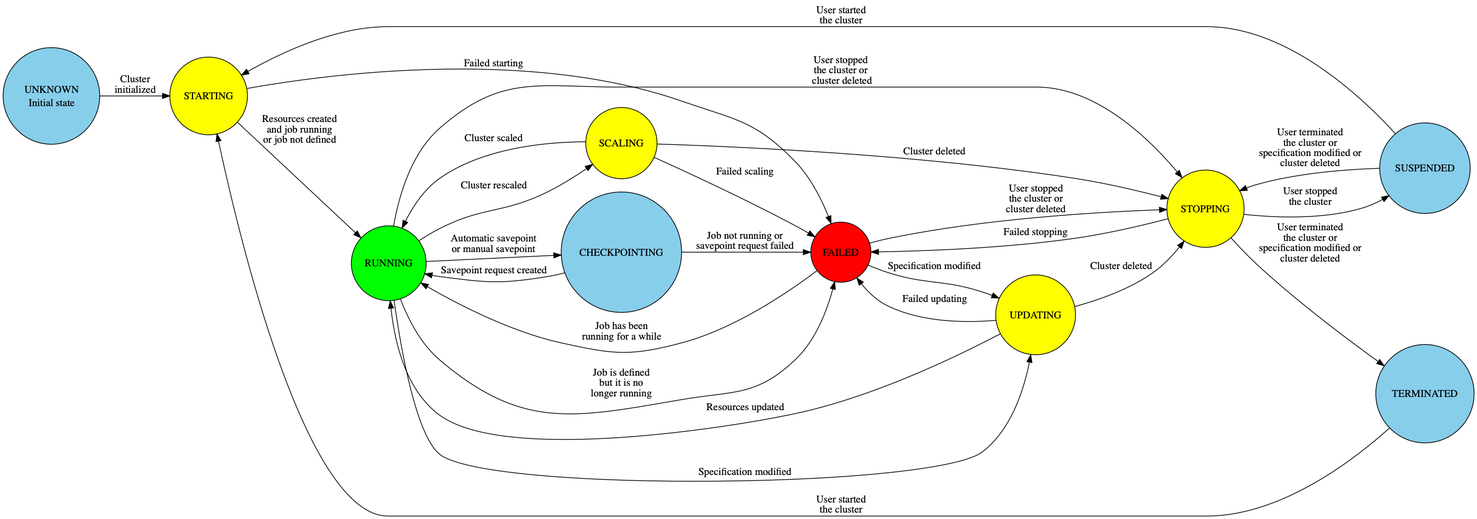
nextbreakpoint/flink-k8s-toolbox keeps this Graphviz diagram as graphs/flink-cluster.png. Above is the earlier version. Its source is kept beside it as graphs/flink-cluster.dot.
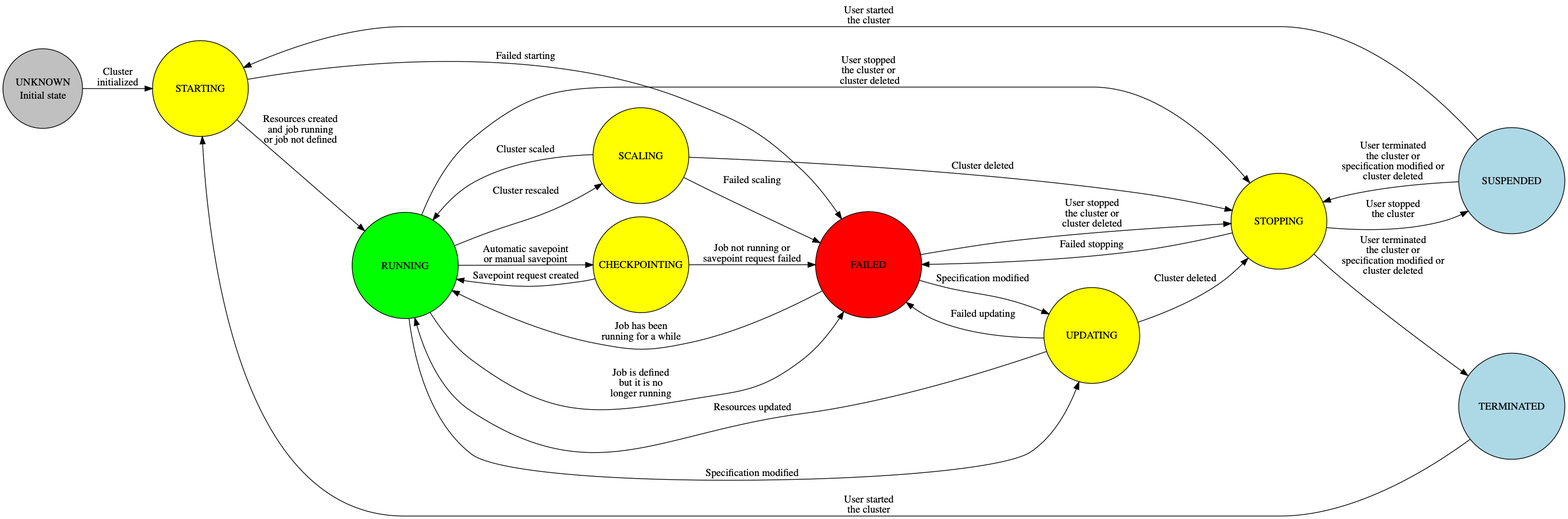
The same file after the commit.

What changed in the source:
```diff
@@ -3,7 +3,7 @@
   center=true;
   margin=0;
   rankdir=LR;
-  node [shape=circle, style="filled", fillcolor=skyblue];
+  node [shape=circle style=filled fillcolor=skyblue width=1.8 heigth=1.8 fixedsize=true];
   UNKNOWN [ label = <
       <TABLE ALIGN="LEFT" BORDER="0" CELLBORDER="0" CELLSPACING="0">
           <TR>
@@ -189,11 +189,14 @@
           </TR>
       </TABLE>
   > ];
+  CHECKPOINTING [ fillcolor=yellow ];
   STOPPING [ fillcolor=yellow ];
   STARTING [ fillcolor=yellow ];
   UPDATING [ fillcolor=yellow ];
   SCALING [ fillcolor=yellow ];
-  RUNNING [ fillcolor=green ];
-  FAILED [ fillcolor=red ];
-  CHECKPOINTING [ fillcolor=skyblue ];
+  RUNNING [ fillcolor=green width=2.0 ];
+  FAILED [ fillcolor=red width=2.0 ];
+  SUSPENDED [ fillcolor=lightblue width=2.0 ];
+  TERMINATED [ fillcolor=lightblue width=2.0 ];
+  UNKNOWN [ fillcolor=grey width=1.5 ];
 }
```
